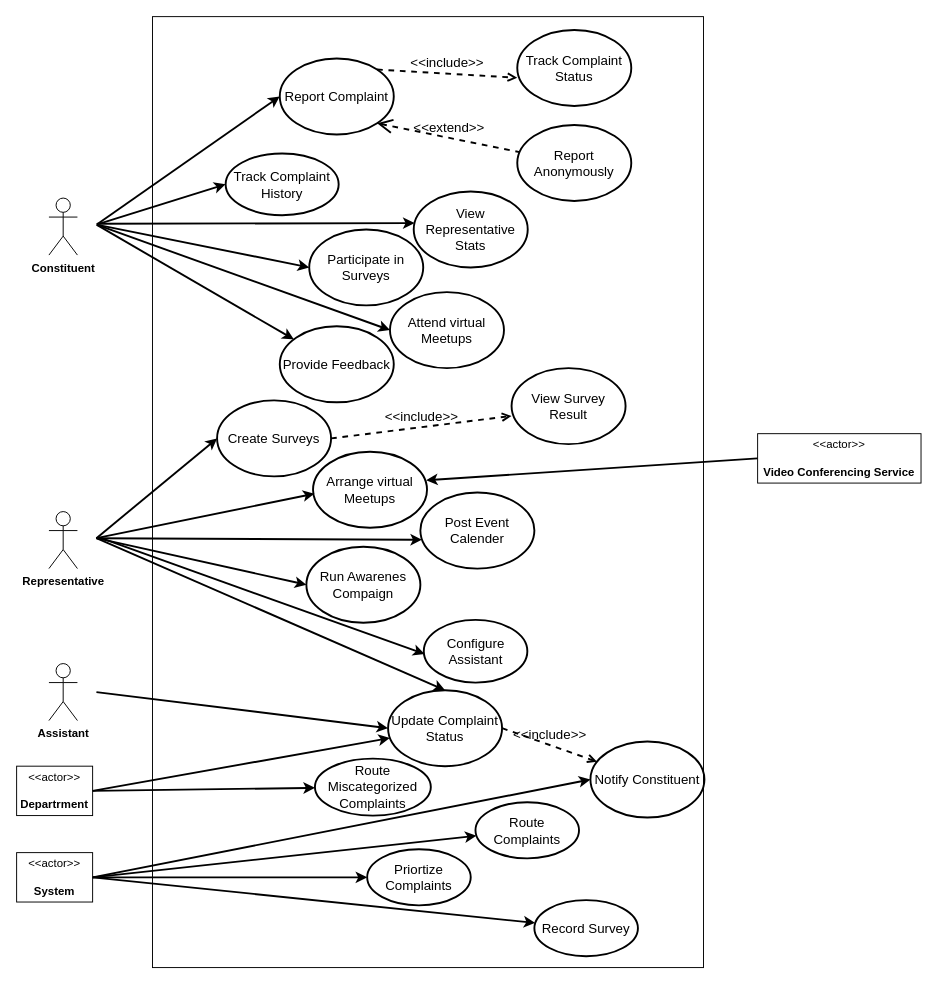
Above: 6-Use Cases/Usecase Diagram.drawio in muhammadahsanmirza/fyp-constituency-connect (draw.io), before the change. Source tidied: cells renumbered, new cells numbered last; positions are measured from the earlier drawing's top-left corner, leaving out a move shared by most shapes. Both pictures are drawn from the tidied source at 95%, with x=0, y=0 at pixel (16, 16).
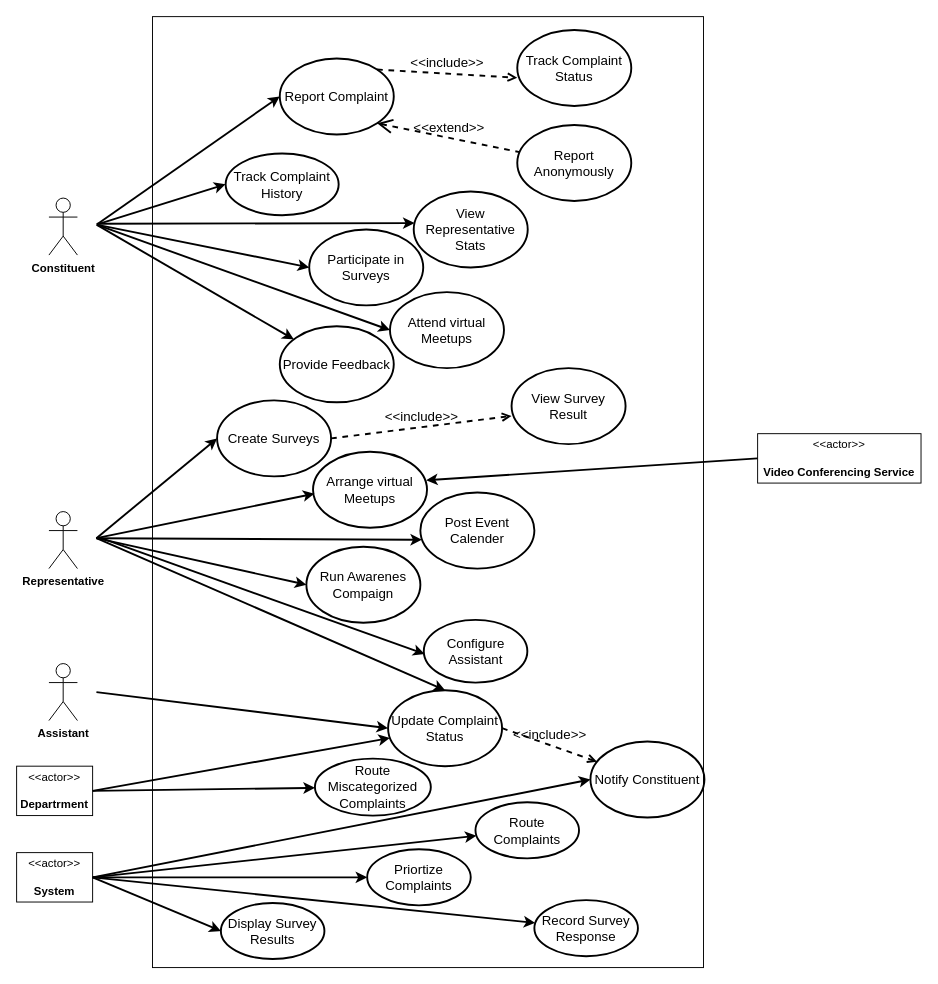
The same page after the edit.

Unchanged cells that the change refers to:
```xml
<mxCell id="50" value="&amp;lt;&amp;lt;actor&amp;gt;&amp;gt;&lt;br&gt;&lt;br&gt;&lt;b&gt;System&lt;/b&gt;" style="html=1;align=center;verticalAlign=middle;dashed=0;whiteSpace=wrap;" parent="1" vertex="1">
  <mxGeometry y="880" width="80" height="52" as="geometry" />
</mxCell>
```

Diff of the diagram source:
```diff
@@
-    <mxCell id="52" value="&lt;span style=&quot;font-size: 14px;&quot;&gt;Record Survey&lt;/span&gt;" style="ellipse;whiteSpace=wrap;html=1;fillColor=none;strokeWidth=2;" parent="1" vertex="1">
+    <mxCell id="52" value="&lt;span style=&quot;font-size: 14px;&quot;&gt;Record Survey Response&lt;/span&gt;" style="ellipse;whiteSpace=wrap;html=1;fillColor=none;strokeWidth=2;" parent="1" vertex="1">
       <mxGeometry x="545" y="930" width="109" height="59" as="geometry" />
     </mxCell>
@@
+    <mxCell id="59" value="&lt;span style=&quot;font-size: 14px;&quot;&gt;Display Survey Results&lt;/span&gt;" style="ellipse;whiteSpace=wrap;html=1;fillColor=none;strokeWidth=2;" parent="1" vertex="1">
+      <mxGeometry x="215" y="933" width="109" height="59" as="geometry" />
+    </mxCell>
+    <mxCell id="60" style="endArrow=classic;html=1;rounded=0;strokeWidth=2;exitX=1;exitY=0.5;exitDx=0;exitDy=0;entryX=0;entryY=0.5;entryDx=0;entryDy=0;" parent="1" edge="1" source="50" target="59">
+      <mxGeometry relative="1" as="geometry" />
+    </mxCell>
```
